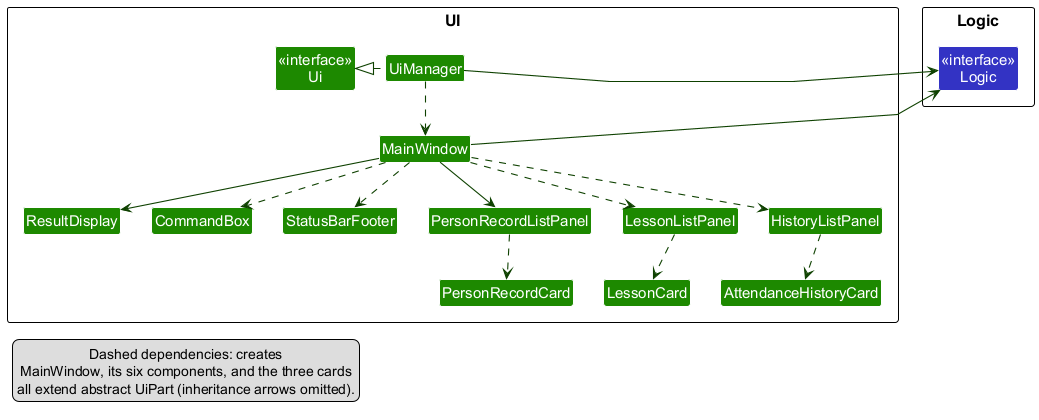
Earlier version of the PlantUML export docs/images/UiClassDiagram.png (AY2627S1-CS2103T-F13-3/tp).
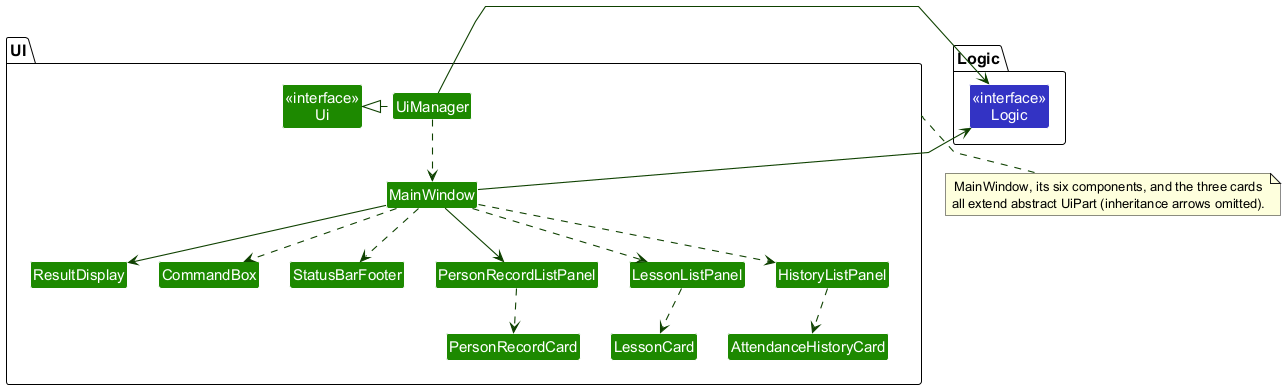
After the change.

What changed in the source:
```diff
@@ -1,5 +1,6 @@
 @startuml
 !include style.puml
+skinparam packageStyle Folder
 skinparam arrowThickness 1.1
 skinparam arrowColor UI_COLOR_T4
 skinparam classBackgroundColor UI_COLOR
@@ -41,9 +42,8 @@
 LessonListPanel ..> LessonCard
 HistoryListPanel ..> AttendanceHistoryCard
 
-legend bottom left
-  Dashed dependencies: creates
+note bottom of UiPackage
   MainWindow, its six components, and the three cards
   all extend abstract UiPart (inheritance arrows omitted).
-endlegend
+end note
 @enduml
```
